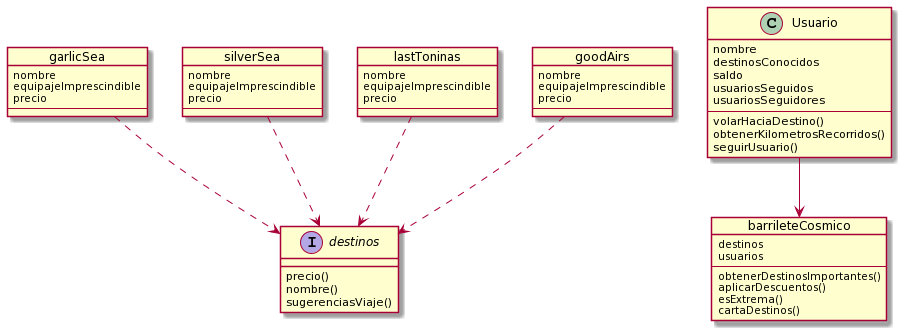
Earlier version of the PlantUML export diagrama-uml.png (horosco95/2020-pdep-tp-objetos-grupal).
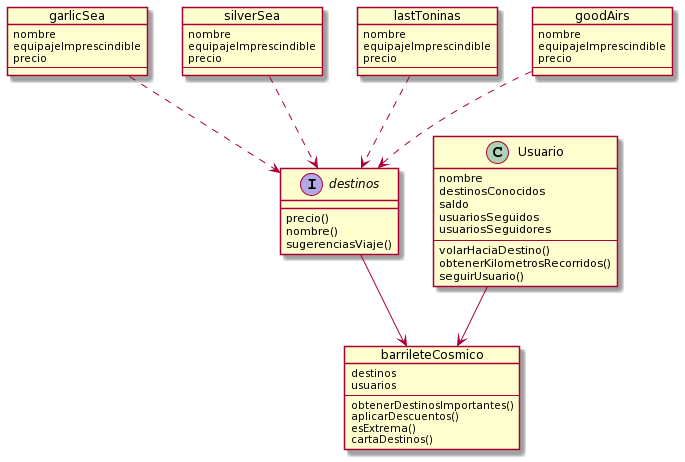
Later version of the same file.

Commit message:
agrego algunos metodos a desarrollar y modifico UML.

Change to the diagram source:
```diff
@@ -59,4 +59,5 @@
 goodAirs ..> destinos
 
 Usuario --> barrileteCosmico
+destinos --> barrileteCosmico
 @enduml
```
